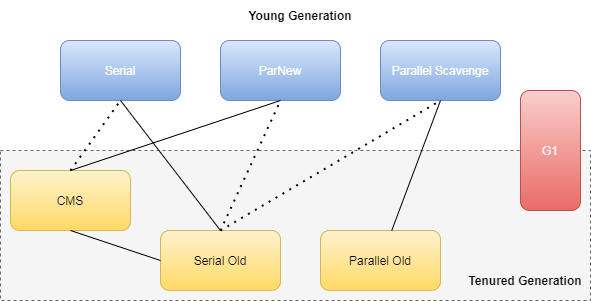
Above: 垃圾收集器的组合关系.png in ShawnJoen/draw-picture (draw.io), before the change. Source tidied: cells renumbered, new cells last; positions are measured from the earlier drawing's top-left corner, leaving out a move shared by most shapes.
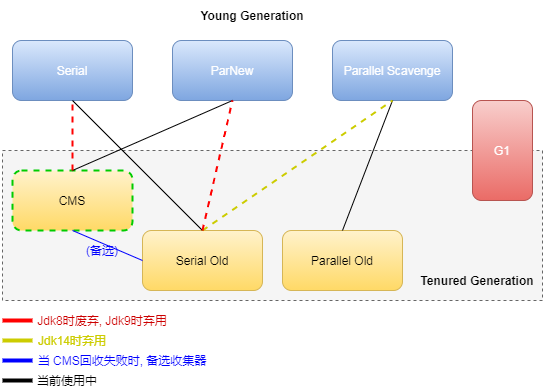
The same file after the commit.

Commit message:
Update 垃圾收集器的组合关系.png

The edit, as a diff of the source:
```diff
@@ -3,7 +3,7 @@
     <mxCell id="0" />
     <mxCell id="1" parent="0" />
     <mxCell id="2" style="rounded=0;whiteSpace=wrap;html=1;dashed=1;fillColor=#f5f5f5;strokeColor=#666666;fontColor=#333333;" parent="1" vertex="1">
-      <mxGeometry y="150" width="590" height="150" as="geometry" />
+      <mxGeometry x="50" y="150" width="540" height="150" as="geometry" />
     </mxCell>
     <mxCell id="3" value="&lt;font color=&quot;#ffffff&quot;&gt;Serial&lt;/font&gt;" style="rounded=1;whiteSpace=wrap;html=1;gradientColor=#7ea6e0;fillColor=#dae8fc;strokeColor=#6c8ebf;" parent="1" vertex="1">
       <mxGeometry x="60" y="40" width="120" height="60" as="geometry" />
@@ -14,51 +14,42 @@
     <mxCell id="5" value="&lt;font color=&quot;#ffffff&quot;&gt;Parallel Scavenge&lt;/font&gt;" style="rounded=1;whiteSpace=wrap;html=1;gradientColor=#7ea6e0;fillColor=#dae8fc;strokeColor=#6c8ebf;" parent="1" vertex="1">
       <mxGeometry x="380" y="40" width="120" height="60" as="geometry" />
     </mxCell>
-    <mxCell id="6" value="CMS" style="rounded=1;whiteSpace=wrap;html=1;gradientColor=#ffd966;fillColor=#fff2cc;strokeColor=#d6b656;" parent="1" vertex="1">
-      <mxGeometry x="10" y="170" width="120" height="60" as="geometry" />
+    <mxCell id="6" value="CMS" style="rounded=1;whiteSpace=wrap;html=1;gradientColor=#ffd966;fillColor=#fff2cc;strokeColor=#00CC00;dashed=1;strokeWidth=2;" parent="1" vertex="1">
+      <mxGeometry x="60" y="170" width="120" height="60" as="geometry" />
     </mxCell>
     <mxCell id="7" value="Serial Old" style="rounded=1;whiteSpace=wrap;html=1;gradientColor=#ffd966;fillColor=#fff2cc;strokeColor=#d6b656;" parent="1" vertex="1">
-      <mxGeometry x="160" y="230" width="120" height="60" as="geometry" />
+      <mxGeometry x="190" y="230" width="120" height="60" as="geometry" />
     </mxCell>
     <mxCell id="8" value="Parallel Old" style="rounded=1;whiteSpace=wrap;html=1;gradientColor=#ffd966;fillColor=#fff2cc;strokeColor=#d6b656;" parent="1" vertex="1">
-      <mxGeometry x="320" y="230" width="120" height="60" as="geometry" />
+      <mxGeometry x="330" y="230" width="120" height="60" as="geometry" />
     </mxCell>
     <mxCell id="9" value="&lt;font color=&quot;#ffffff&quot;&gt;G1&lt;/font&gt;" style="rounded=1;whiteSpace=wrap;html=1;gradientColor=#ea6b66;fillColor=#f8cecc;strokeColor=#b85450;" parent="1" vertex="1">
-      <mxGeometry x="520" y="90" width="60" height="120" as="geometry" />
+      <mxGeometry x="520" y="100" width="60" height="100" as="geometry" />
     </mxCell>
-    <mxCell id="10" style="endArrow=none;html=1;exitX=0.5;exitY=0;exitDx=0;exitDy=0;" parent="1" edge="1" source="6">
-      <mxGeometry relative="1" as="geometry">
-        <mxPoint x="280" y="100" as="targetPoint" />
-      </mxGeometry>
+    <mxCell id="10" style="endArrow=none;html=1;exitX=0.5;exitY=0;exitDx=0;exitDy=0;entryX=0.5;entryY=1;entryDx=0;entryDy=0;" parent="1" edge="1" source="6" target="4">
+      <mxGeometry relative="1" as="geometry" />
     </mxCell>
-    <mxCell id="11" style="endArrow=none;html=1;exitX=0.5;exitY=0;exitDx=0;exitDy=0;" parent="1" edge="1" source="7">
-      <mxGeometry relative="1" as="geometry">
-        <mxPoint x="120" y="100" as="targetPoint" />
-      </mxGeometry>
+    <mxCell id="11" style="endArrow=none;html=1;exitX=0.5;exitY=0;exitDx=0;exitDy=0;entryX=0.5;entryY=1;entryDx=0;entryDy=0;" parent="1" edge="1" source="7" target="3">
+      <mxGeometry relative="1" as="geometry" />
     </mxCell>
-    <mxCell id="12" style="endArrow=none;html=1;entryX=0.5;entryY=1;entryDx=0;entryDy=0;" parent="1" edge="1" source="8" target="5">
+    <mxCell id="12" style="endArrow=none;html=1;entryX=0.5;entryY=1;entryDx=0;entryDy=0;exitX=0.5;exitY=0;exitDx=0;exitDy=0;" parent="1" edge="1" source="8" target="5">
       <mxGeometry relative="1" as="geometry" />
     </mxCell>
-    <mxCell id="13" style="endArrow=none;html=1;exitX=0;exitY=0.5;exitDx=0;exitDy=0;" parent="1" edge="1" source="7">
-      <mxGeometry relative="1" as="geometry">
-        <mxPoint x="70" y="230" as="targetPoint" />
-      </mxGeometry>
+    <mxCell id="13" style="endArrow=none;html=1;exitX=0;exitY=0.5;exitDx=0;exitDy=0;entryX=0.5;entryY=1;entryDx=0;entryDy=0;strokeColor=#0000FF;" parent="1" edge="1" source="7" target="6">
+      <mxGeometry relative="1" as="geometry" />
     </mxCell>
-    <mxCell id="14" style="endArrow=none;dashed=1;html=1;dashPattern=1 3;strokeWidth=2;exitX=0.5;exitY=0;exitDx=0;exitDy=0;" parent="1" edge="1" source="7">
+    <mxCell id="14" style="endArrow=none;dashed=1;html=1;strokeWidth=2;exitX=0.5;exitY=0;exitDx=0;exitDy=0;strokeColor=#CCCC00;" parent="1" edge="1" source="7">
       <mxGeometry relative="1" as="geometry">
         <mxPoint x="440" y="100" as="targetPoint" />
       </mxGeometry>
     </mxCell>
-    <mxCell id="15" style="endArrow=none;dashed=1;html=1;dashPattern=1 3;strokeWidth=2;" parent="1" edge="1">
+    <mxCell id="15" style="endArrow=none;dashed=1;html=1;strokeWidth=2;strokeColor=#FF0000;exitX=0.5;exitY=0;exitDx=0;exitDy=0;" parent="1" edge="1" source="7">
       <mxGeometry relative="1" as="geometry">
-        <mxPoint x="220" y="230" as="sourcePoint" />
         <mxPoint x="280" y="100" as="targetPoint" />
       </mxGeometry>
     </mxCell>
-    <mxCell id="16" style="endArrow=none;dashed=1;html=1;dashPattern=1 3;strokeWidth=2;exitX=0.5;exitY=0;exitDx=0;exitDy=0;" parent="1" edge="1" source="6">
-      <mxGeometry relative="1" as="geometry">
-        <mxPoint x="120" y="100" as="targetPoint" />
-      </mxGeometry>
+    <mxCell id="16" style="endArrow=none;dashed=1;html=1;strokeWidth=2;exitX=0.5;exitY=0;exitDx=0;exitDy=0;strokeColor=#FF0000;entryX=0.5;entryY=1;entryDx=0;entryDy=0;" parent="1" edge="1" source="6" target="3">
+      <mxGeometry relative="1" as="geometry" />
     </mxCell>
     <mxCell id="17" value="&lt;b&gt;Young Generation&lt;/b&gt;" style="text;html=1;strokeColor=none;fillColor=none;align=center;verticalAlign=middle;whiteSpace=wrap;rounded=0;dashed=1;" parent="1" vertex="1">
       <mxGeometry x="220" width="160" height="30" as="geometry" />
@@ -66,5 +57,44 @@
     <mxCell id="18" value="&lt;b&gt;Tenured Generation&lt;/b&gt;" style="text;html=1;strokeColor=none;fillColor=none;align=center;verticalAlign=middle;whiteSpace=wrap;rounded=0;dashed=1;" parent="1" vertex="1">
       <mxGeometry x="460" y="260" width="130" height="40" as="geometry" />
     </mxCell>
+    <mxCell id="19" value="&lt;font color=&quot;#0000ff&quot;&gt;(&lt;/font&gt;&lt;span style=&quot;color: rgb(0 , 0 , 255)&quot;&gt;备选&lt;/span&gt;&lt;font color=&quot;#0000ff&quot;&gt;)&lt;/font&gt;" style="text;html=1;strokeColor=none;fillColor=none;align=center;verticalAlign=middle;whiteSpace=wrap;rounded=0;dashed=1;" parent="1" vertex="1">
+      <mxGeometry x="130" y="240" width="40" height="20" as="geometry" />
+    </mxCell>
+    <mxCell id="20" value="&lt;font color=&quot;#cc0000&quot;&gt;Jdk8时废弃, Jdk9时弃用&lt;/font&gt;" style="text;html=1;strokeColor=none;fillColor=none;align=center;verticalAlign=middle;whiteSpace=wrap;rounded=0;dashed=1;" parent="1" vertex="1">
+      <mxGeometry x="80" y="310" width="140" height="20" as="geometry" />
+    </mxCell>
+    <mxCell id="21" style="endArrow=none;html=1;strokeWidth=4;strokeColor=#FF0000;" parent="1" edge="1">
+      <mxGeometry relative="1" as="geometry">
+        <mxPoint x="50" y="320" as="sourcePoint" />
+        <mxPoint x="80" y="320" as="targetPoint" />
+      </mxGeometry>
+    </mxCell>
+    <mxCell id="22" style="endArrow=none;html=1;strokeWidth=4;strokeColor=#CCCC00;" parent="1" edge="1">
+      <mxGeometry relative="1" as="geometry">
+        <mxPoint x="50" y="340" as="sourcePoint" />
+        <mxPoint x="80" y="340" as="targetPoint" />
+      </mxGeometry>
+    </mxCell>
+    <mxCell id="23" style="endArrow=none;html=1;strokeWidth=4;strokeColor=#0000FF;" parent="1" edge="1">
+      <mxGeometry relative="1" as="geometry">
+        <mxPoint x="50" y="360" as="sourcePoint" />
+        <mxPoint x="80" y="360" as="targetPoint" />
+      </mxGeometry>
+    </mxCell>
+    <mxCell id="24" value="&lt;font color=&quot;#cccc00&quot;&gt;Jdk14时弃用&lt;/font&gt;" style="text;html=1;strokeColor=none;fillColor=none;align=center;verticalAlign=middle;whiteSpace=wrap;rounded=0;dashed=1;" parent="1" vertex="1">
+      <mxGeometry x="80" y="330" width="80" height="20" as="geometry" />
+    </mxCell>
+    <mxCell id="25" value="&lt;font color=&quot;#0000ff&quot;&gt;当 CMS回收失败时, 备选收集器&lt;/font&gt;" style="text;html=1;strokeColor=none;fillColor=none;align=center;verticalAlign=middle;whiteSpace=wrap;rounded=0;dashed=1;" parent="1" vertex="1">
+      <mxGeometry x="80" y="350" width="180" height="20" as="geometry" />
+    </mxCell>
+    <mxCell id="26" style="endArrow=none;html=1;strokeWidth=4;" parent="1" edge="1">
+      <mxGeometry relative="1" as="geometry">
+        <mxPoint x="50" y="380" as="sourcePoint" />
+        <mxPoint x="80" y="380" as="targetPoint" />
+      </mxGeometry>
+    </mxCell>
+    <mxCell id="27" value="当前使用中" style="text;html=1;strokeColor=none;fillColor=none;align=center;verticalAlign=middle;whiteSpace=wrap;rounded=0;dashed=1;" parent="1" vertex="1">
+      <mxGeometry x="80" y="370" width="70" height="20" as="geometry" />
+    </mxCell>
   </root>
 </mxGraphModel>
```
